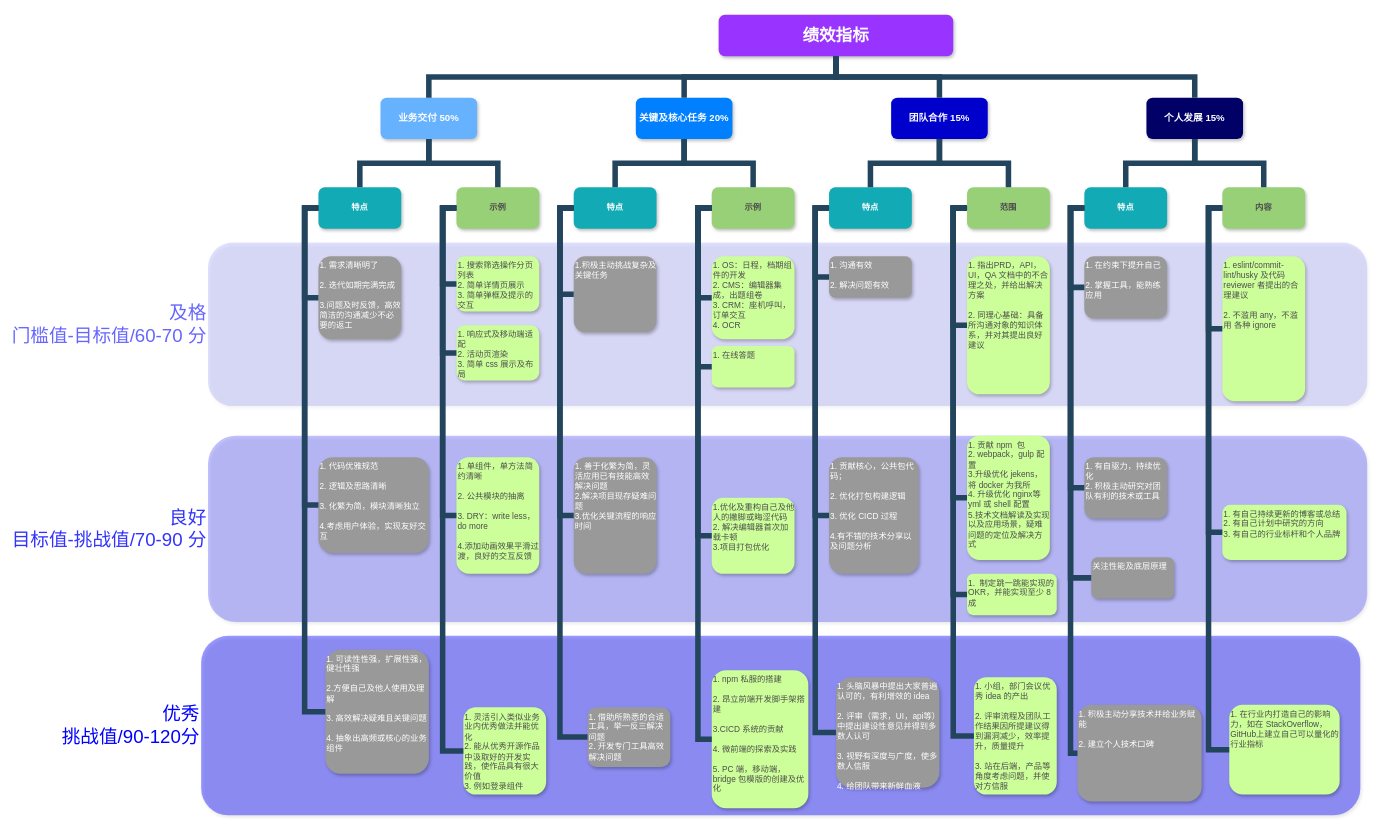
This is work/效率与质量维度.drawio from yanlee26/drawings, a draw.io file, before an edit. Source tidied: cells renumbered, new cells numbered last; positions are measured from the earlier drawing's top-left corner, leaving out a move shared by most shapes. Both pictures are drawn from the tidied source at 69%, with x=0, y=0 at pixel (201, 14).
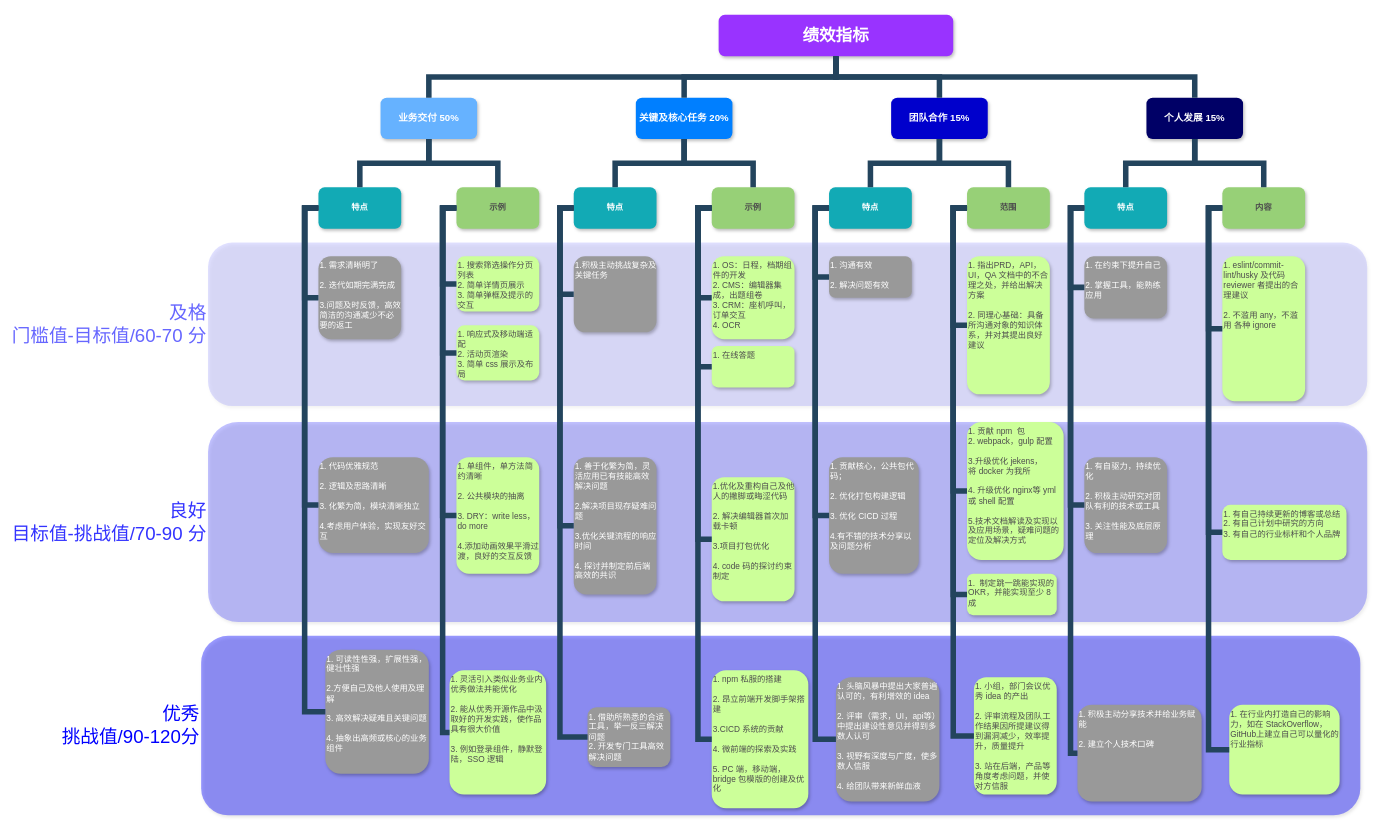
The same page after the edit.

Unchanged cells that the change refers to:
```xml
<mxCell id="58" value="特点" style="whiteSpace=wrap;rounded=1;fillColor=#12AAB5;strokeColor=none;shadow=1;fontColor=#FFFFFF;fontStyle=1;" parent="1" vertex="1">
  <mxGeometry x="1280" y="250" width="120" height="60" as="geometry" />
</mxCell>
```

Change to the diagram source:
```diff
@@
     <mxCell id="3" value="良好&#10;目标值-挑战值/70-90 分" style="whiteSpace=wrap;rounded=1;strokeColor=none;shadow=1;fontStyle=0;opacity=30;labelPosition=left;verticalLabelPosition=middle;align=right;verticalAlign=middle;fontSize=27;fillColor=#3333FF;fontColor=#3333FF;" parent="1" vertex="1">
-      <mxGeometry x="10" y="610" width="1680" height="270" as="geometry" />
+      <mxGeometry x="10" y="590" width="1680" height="290" as="geometry" />
     </mxCell>
@@
-    <mxCell id="17" value="1. 灵活引入类似业务业内优秀做法并能优化&#10;2. 能从优秀开源作品中汲取好的开发实践，使作品具有很大价值&#10;3. 例如登录组件" style="whiteSpace=wrap;rounded=1;strokeColor=none;shadow=1;fontStyle=0;fillColor=#CCFF99;fontColor=#4D4D4D;verticalAlign=top;align=left;" parent="1" vertex="1">
-      <mxGeometry x="380" y="1003.5" width="120" height="126.5" as="geometry" />
+    <mxCell id="17" value="1. 灵活引入类似业务业内优秀做法并能优化&#10;&#10;2. 能从优秀开源作品中汲取好的开发实践，使作品具有很大价值&#10;&#10;3. 例如登录组件，静默登陆，SSO 逻辑" style="whiteSpace=wrap;rounded=1;strokeColor=none;shadow=1;fontStyle=0;fillColor=#CCFF99;fontColor=#4D4D4D;verticalAlign=top;align=left;" parent="1" vertex="1">
+      <mxGeometry x="360" y="950" width="140" height="180" as="geometry" />
     </mxCell>
@@
-    <mxCell id="21" value="1. 善于化繁为简，灵活应用已有技能高效解决问题&#10;2.解决项目现存疑难问题&#10;3.优化关键流程的响应时间" style="whiteSpace=wrap;rounded=1;fillColor=#999999;strokeColor=none;shadow=1;fontColor=#FFFFFF;fontStyle=0;verticalAlign=top;align=left;" parent="1" vertex="1">
-      <mxGeometry x="540" y="641" width="120" height="169" as="geometry" />
+    <mxCell id="21" value="1. 善于化繁为简，灵活应用已有技能高效解决问题&#10;&#10;2.解决项目现存疑难问题&#10;&#10;3.优化关键流程的响应时间&#10;&#10;4. 探讨并制定前后端高效的共识" style="whiteSpace=wrap;rounded=1;fillColor=#999999;strokeColor=none;shadow=1;fontColor=#FFFFFF;fontStyle=0;verticalAlign=top;align=left;" parent="1" vertex="1">
+      <mxGeometry x="540" y="641" width="120" height="199" as="geometry" />
     </mxCell>
@@
-    <mxCell id="24" value="1.优化及重构自己及他人的撇脚或晦涩代码&#10;2. 解决编辑器首次加载卡顿&#10;3.项目打包优化&#10;" style="whiteSpace=wrap;rounded=1;strokeColor=none;shadow=1;fontStyle=0;fillColor=#CCFF99;fontColor=#4D4D4D;verticalAlign=top;align=left;" parent="1" vertex="1">
-      <mxGeometry x="740" y="700" width="120" height="110" as="geometry" />
+    <mxCell id="24" value="1.优化及重构自己及他人的撇脚或晦涩代码&#10;&#10;2. 解决编辑器首次加载卡顿&#10;&#10;3.项目打包优化&#10;&#10;4. code 码的探讨约束制定&#10;" style="whiteSpace=wrap;rounded=1;strokeColor=none;shadow=1;fontStyle=0;fillColor=#CCFF99;fontColor=#4D4D4D;verticalAlign=top;align=left;" parent="1" vertex="1">
+      <mxGeometry x="740" y="670" width="120" height="180" as="geometry" />
     </mxCell>
@@
     <mxCell id="46" value="1. 头脑风暴中提出大家普遍认可的，有利增效的 idea&#10;&#10;2. 评审（需求，UI，api等）中提出建设性意见并得到多数人认可&#10;&#10;3. 视野有深度与广度，使多数人信服&#10;&#10;4. 给团队带来新鲜血液" style="whiteSpace=wrap;rounded=1;fillColor=#999999;strokeColor=none;shadow=1;fontColor=#FFFFFF;fontStyle=0;verticalAlign=top;align=left;" parent="1" vertex="1">
-      <mxGeometry x="920" y="960" width="150" height="160" as="geometry" />
+      <mxGeometry x="920" y="960" width="150" height="180" as="geometry" />
     </mxCell>
@@
-    <mxCell id="48" value="1. 贡献 npm  包&#10;2. webpack，gulp 配置&#10;3.升级优化 jekens，&#10;将 docker 为我所&#10;4. 升级优化 nginx等 yml 或 shell 配置&#10;5.技术文档解读及实现以及应用场景，疑难问题的定位及解决方式" style="whiteSpace=wrap;rounded=1;strokeColor=none;shadow=1;fontStyle=0;fontColor=#4D4D4D;fillColor=#CCFF99;verticalAlign=top;align=left;" parent="1" vertex="1">
-      <mxGeometry x="1110" y="610" width="120" height="180" as="geometry" />
+    <mxCell id="48" value="1. 贡献 npm  包&#10;2. webpack，gulp 配置&#10;&#10;3.升级优化 jekens，&#10;将 docker 为我所&#10;&#10;4. 升级优化 nginx等 yml 或 shell 配置&#10;&#10;5.技术文档解读及实现以及应用场景，疑难问题的定位及解决方式" style="whiteSpace=wrap;rounded=1;strokeColor=none;shadow=1;fontStyle=0;fontColor=#4D4D4D;fillColor=#CCFF99;verticalAlign=top;align=left;" parent="1" vertex="1">
+      <mxGeometry x="1110" y="590" width="140" height="200" as="geometry" />
     </mxCell>
@@
-    <mxCell id="61" value="1. 有自驱力，持续优化&#10;2. 积极主动研究对团队有利的技术或工具" style="whiteSpace=wrap;rounded=1;fillColor=#999999;strokeColor=none;shadow=1;fontColor=#FFFFFF;fontStyle=0;verticalAlign=top;align=left;" parent="1" vertex="1">
-      <mxGeometry x="1280" y="641" width="120" height="89" as="geometry" />
+    <mxCell id="61" value="1. 有自驱力，持续优化&#10;&#10;2. 积极主动研究对团队有利的技术或工具&#10;&#10;3. 关注性能及底层原理" style="whiteSpace=wrap;rounded=1;fillColor=#999999;strokeColor=none;shadow=1;fontColor=#FFFFFF;fontStyle=0;verticalAlign=top;align=left;" parent="1" vertex="1">
+      <mxGeometry x="1280" y="641" width="120" height="139" as="geometry" />
     </mxCell>
-    <mxCell id="62" value="关注性能及底层原理" style="whiteSpace=wrap;rounded=1;fillColor=#999999;strokeColor=none;shadow=1;fontColor=#FFFFFF;fontStyle=0;verticalAlign=top;align=left;" parent="1" vertex="1">
-      <mxGeometry x="1290" y="786" width="120" height="60" as="geometry" />
-    </mxCell>
@@
-    <mxCell id="69" style="edgeStyle=elbowEdgeStyle;elbow=horizontal;rounded=0;fontColor=#000000;endArrow=none;endFill=0;strokeWidth=8;strokeColor=#23445D;" parent="1" edge="1" source="58" target="62">
-      <mxGeometry relative="1" as="geometry">
-        <Array as="points">
-          <mxPoint x="1260" y="450" />
-        </Array>
-      </mxGeometry>
-    </mxCell>
```
